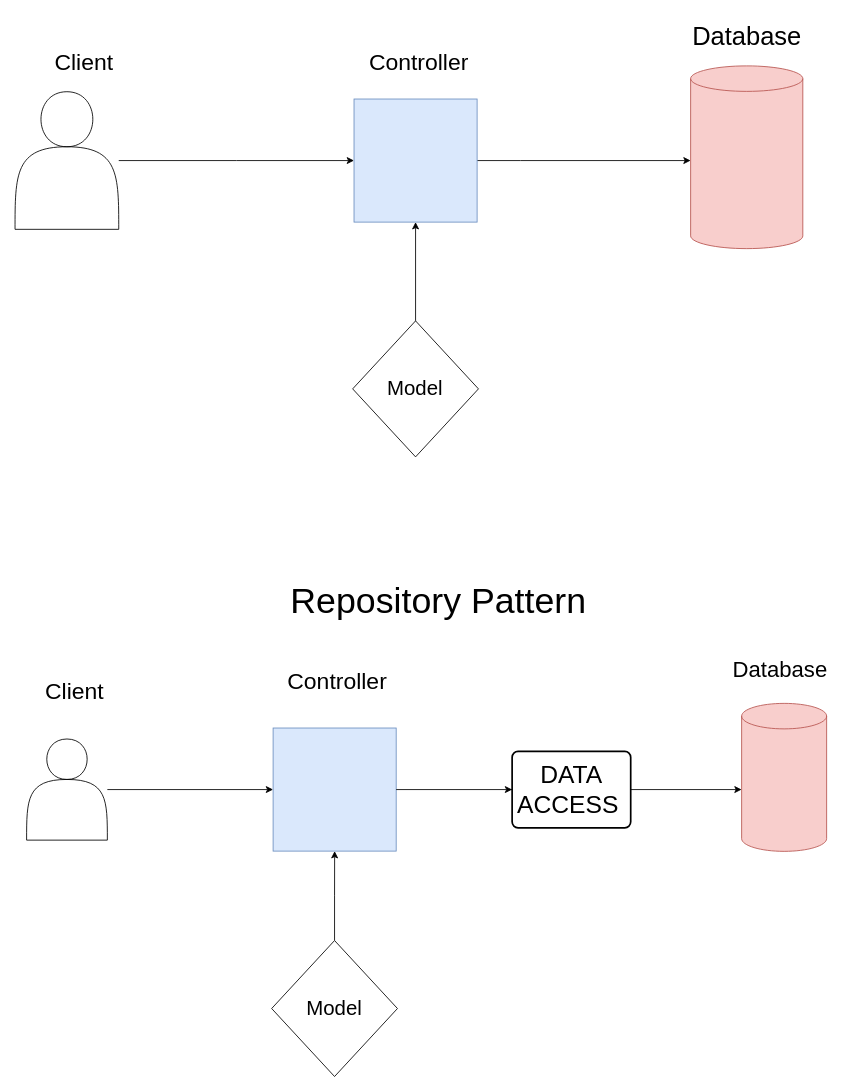
drsimplegraffiti/DotnetHeroes keeps this draw.io diagram as repostory.drawio. Above is the earlier version. Source tidied: cells renumbered, new cells numbered last; positions are measured from the earlier drawing's top-left corner, leaving out a move shared by most shapes. Both pictures are drawn from the tidied source at 85%, with x=0, y=0 at pixel (14, 14).
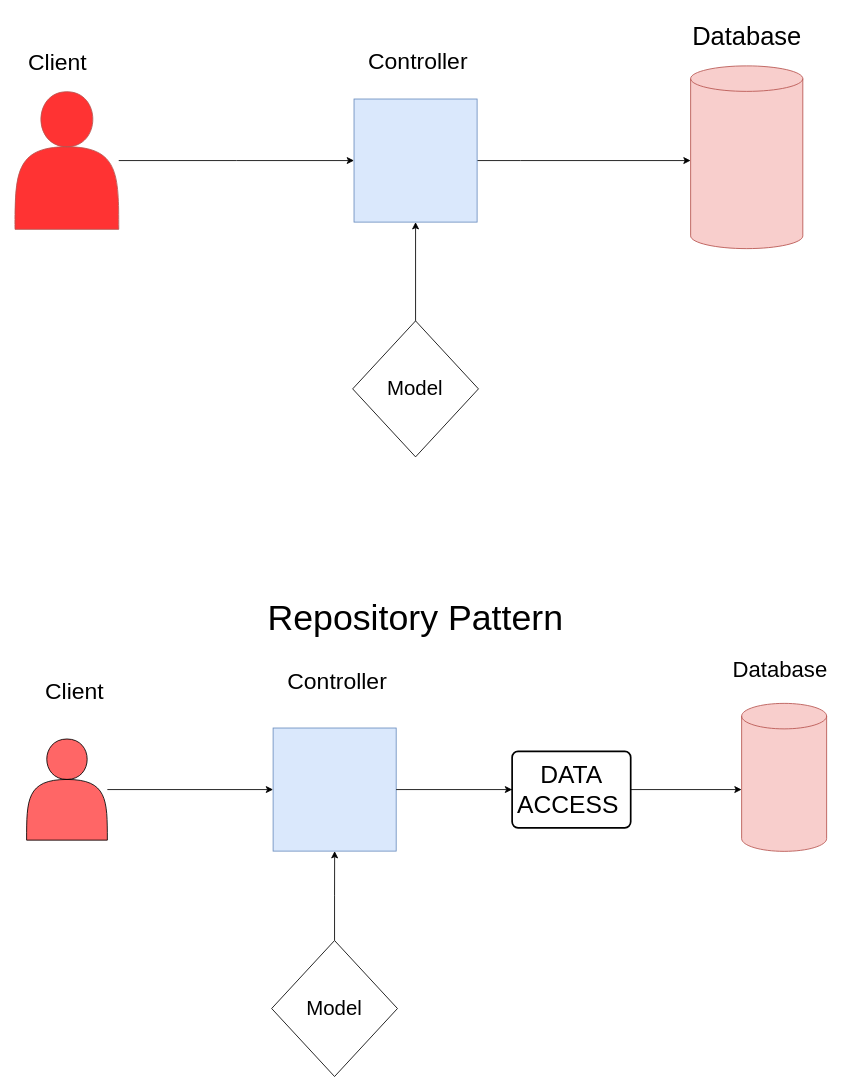
The same page after the edit.

The edit, as a diff of the source:
```diff
@@
-    <mxCell id="6" style="shape=actor;whiteSpace=wrap;html=1;" parent="1" vertex="1">
+    <mxCell id="6" style="shape=actor;whiteSpace=wrap;html=1;fillColor=#FF3333;strokeColor=#B85450;" parent="1" vertex="1">
       <mxGeometry x="0.2" y="90.4" width="122" height="161.9" as="geometry" />
     </mxCell>
     <mxCell id="7" value="Client" style="text;html=1;align=center;verticalAlign=middle;strokeColor=none;fillColor=none;fontSize=27;" parent="1" vertex="1">
-      <mxGeometry x="36" y="31" width="90" height="50" as="geometry" />
+      <mxGeometry x="5" y="31" width="90" height="50" as="geometry" />
     </mxCell>
     <mxCell id="8" value="Controller" style="text;html=1;align=center;verticalAlign=middle;strokeColor=none;fillColor=none;fontSize=27;" parent="1" vertex="1">
-      <mxGeometry x="405" y="31" width="140" height="50" as="geometry" />
+      <mxGeometry x="403.8" y="30" width="140" height="50" as="geometry" />
     </mxCell>
@@
     <mxCell id="12" value="Repository Pattern" style="text;html=1;align=center;verticalAlign=middle;strokeColor=none;fillColor=none;fontSize=42;" parent="1" vertex="1">
-      <mxGeometry x="313.4" y="660" width="370" height="60" as="geometry" />
+      <mxGeometry x="286.4" y="680" width="370" height="60" as="geometry" />
     </mxCell>
@@
-    <mxCell id="17" style="shape=actor;whiteSpace=wrap;html=1;" parent="1" vertex="1">
+    <mxCell id="17" style="shape=actor;whiteSpace=wrap;html=1;shadow=0;gradientColor=none;fillColor=#FF6666;" parent="1" vertex="1">
       <mxGeometry x="13.8" y="851.9" width="95" height="119" as="geometry" />
     </mxCell>
```
